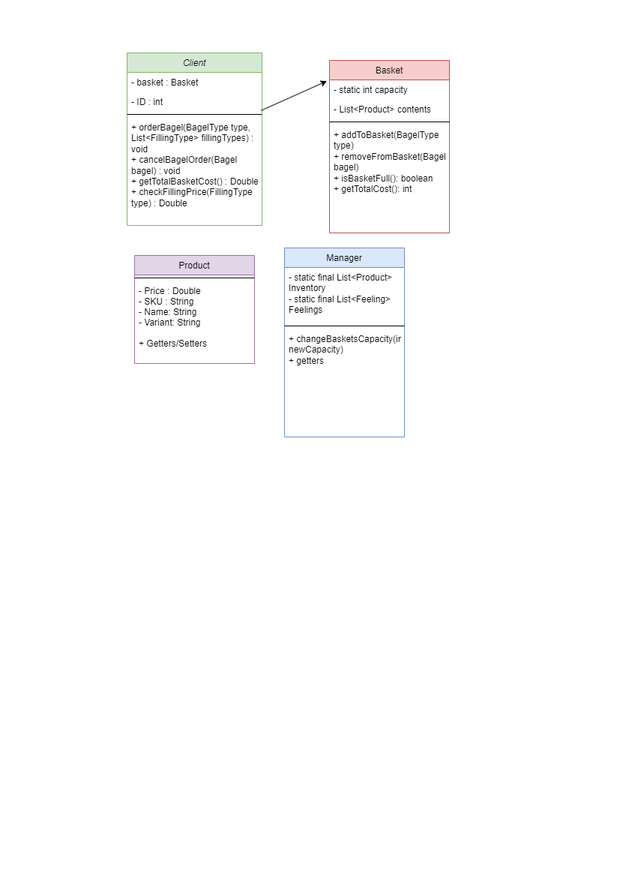
The draw.io diagram class-diagram.png in boolean-uk/java-tdd-oop-bobs-bagels, before a commit. Source tidied: cells renumbered, new cells last; positions are measured from the earlier drawing's top-left corner, leaving out a move shared by most shapes.
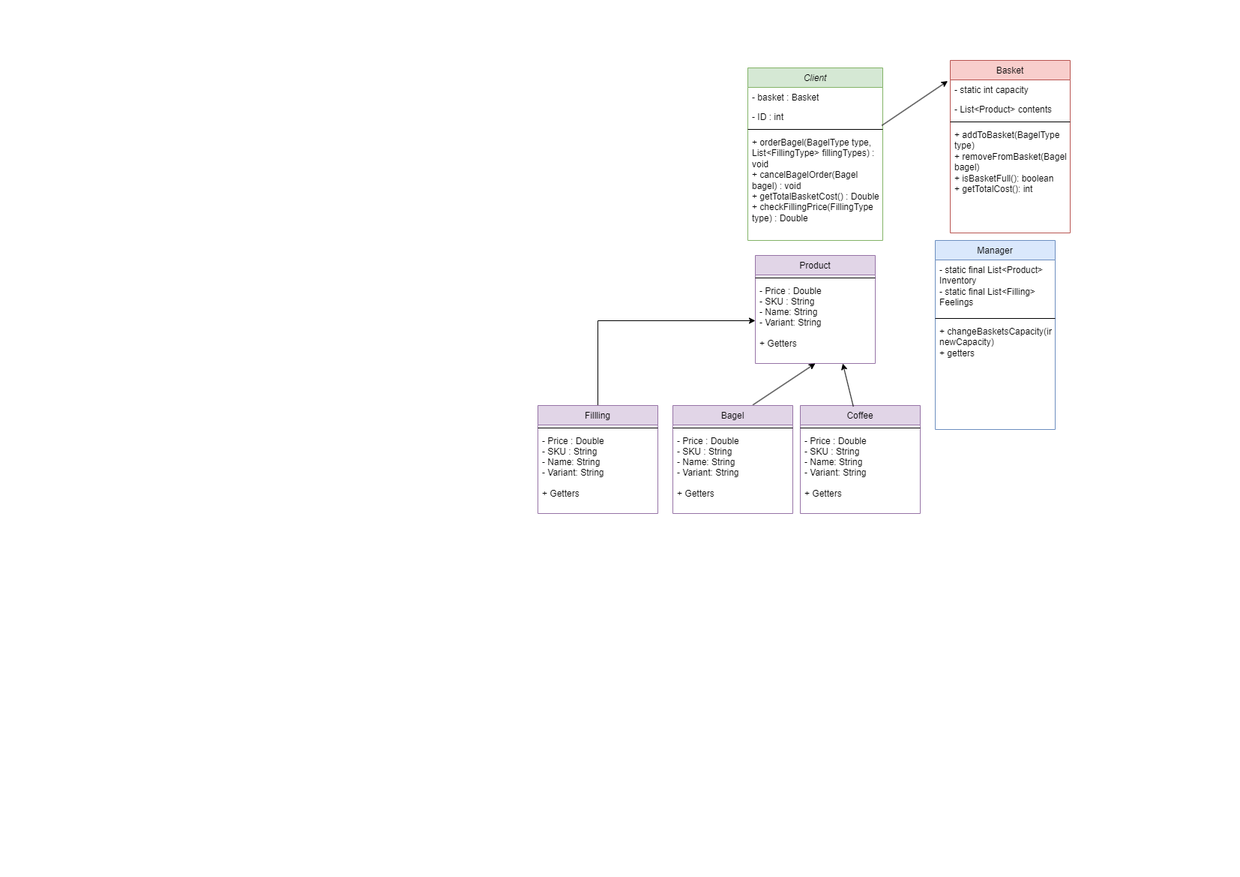
Later version of the same file.

Commit message:
updated class diagram

Change to the diagram source:
```diff
@@ -3,7 +3,7 @@
     <mxCell id="0" />
     <mxCell id="1" parent="0" />
     <mxCell id="2" value="Client" style="swimlane;fontStyle=2;align=center;verticalAlign=top;horizontal=1;startSize=26;rounded=0;shadow=0;strokeWidth=1;fillColor=#d5e8d4;strokeColor=#82b366;" parent="1" vertex="1">
-      <mxGeometry width="180" height="230" as="geometry" />
+      <mxGeometry y="20" width="180" height="230" as="geometry" />
     </mxCell>
     <mxCell id="3" value="- basket : Basket" style="text;align=left;verticalAlign=top;spacingLeft=4;spacingRight=4;overflow=hidden;" parent="2" vertex="1">
       <mxGeometry y="26" width="180" height="26" as="geometry" />
@@ -38,16 +38,16 @@
     <mxCell id="13" style="line;html=1;strokeWidth=1;align=left;verticalAlign=middle;spacingTop=-1;spacingLeft=3;spacingRight=3;labelPosition=right;" parent="12" vertex="1">
       <mxGeometry y="26" width="160" height="8" as="geometry" />
     </mxCell>
-    <mxCell id="14" value="- Price : Double&#10;- SKU : String&#10;- Name: String&#10;- Variant: String&#10;&#10;+ Getters/Setters" style="text;align=left;verticalAlign=top;spacingLeft=4;spacingRight=4;overflow=hidden;points=[[0,0.5],[1,0.5]];portConstraint=eastwest;" parent="12" vertex="1">
+    <mxCell id="14" value="- Price : Double&#10;- SKU : String&#10;- Name: String&#10;- Variant: String&#10;&#10;+ Getters" style="text;align=left;verticalAlign=top;spacingLeft=4;spacingRight=4;overflow=hidden;points=[[0,0.5],[1,0.5]];portConstraint=eastwest;" parent="12" vertex="1">
       <mxGeometry y="34" width="160" height="106" as="geometry" />
     </mxCell>
     <mxCell id="15" style="endArrow=classic;html=1;rounded=0;exitX=0.993;exitY=0.955;exitDx=0;exitDy=0;exitPerimeter=0;entryX=-0.021;entryY=0.058;entryDx=0;entryDy=0;entryPerimeter=0;" parent="1" edge="1" source="4" target="8">
       <mxGeometry relative="1" as="geometry" />
     </mxCell>
     <mxCell id="16" value="Manager" style="swimlane;fontStyle=0;align=center;verticalAlign=top;horizontal=1;startSize=26;rounded=0;shadow=0;strokeWidth=1;fillColor=#dae8fc;strokeColor=#6c8ebf;" parent="1" vertex="1">
-      <mxGeometry x="210" y="260" width="160" height="252" as="geometry" />
+      <mxGeometry x="250" y="250" width="160" height="252" as="geometry" />
     </mxCell>
-    <mxCell id="17" value="- static final List&lt;Product&gt; Inventory&#10;- static final List&lt;Feeling&gt;&#10;Feelings" style="text;align=left;verticalAlign=top;spacingLeft=4;spacingRight=4;overflow=hidden;whiteSpace=wrap;" parent="16" vertex="1">
+    <mxCell id="17" value="- static final List&lt;Product&gt; Inventory&#10;- static final List&lt;Filling&gt;&#10;Feelings" style="text;align=left;verticalAlign=top;spacingLeft=4;spacingRight=4;overflow=hidden;whiteSpace=wrap;" parent="16" vertex="1">
       <mxGeometry y="26" width="160" height="74" as="geometry" />
     </mxCell>
     <mxCell id="18" style="line;html=1;strokeWidth=1;align=left;verticalAlign=middle;spacingTop=-1;spacingLeft=3;spacingRight=3;labelPosition=right;" parent="16" vertex="1">
@@ -56,5 +56,41 @@
     <mxCell id="19" value="+ changeBasketsCapacity(int newCapacity)&#10;+ getters" style="text;align=left;verticalAlign=top;spacingLeft=4;spacingRight=4;overflow=hidden;whiteSpace=wrap;" parent="16" vertex="1">
       <mxGeometry y="108" width="160" height="144" as="geometry" />
     </mxCell>
+    <mxCell id="20" style="endArrow=classic;html=1;rounded=0;exitX=0.667;exitY=-0.005;exitDx=0;exitDy=0;entryX=0.5;entryY=1;entryDx=0;entryDy=0;exitPerimeter=0;" parent="1" edge="1" source="25" target="12">
+      <mxGeometry relative="1" as="geometry" />
+    </mxCell>
+    <mxCell id="21" style="edgeStyle=orthogonalEdgeStyle;rounded=0;jettySize=auto;html=1;entryX=0;entryY=0.5;entryDx=0;entryDy=0;" parent="1" edge="1" source="22" target="14">
+      <mxGeometry relative="1" as="geometry" />
+    </mxCell>
+    <mxCell id="22" value="Fillling" style="swimlane;fontStyle=0;align=center;verticalAlign=top;horizontal=1;startSize=26;rounded=0;shadow=0;strokeWidth=1;fillColor=#e1d5e7;strokeColor=#9673a6;" parent="1" vertex="1">
+      <mxGeometry x="-280" y="470" width="160" height="144" as="geometry" />
+    </mxCell>
+    <mxCell id="23" style="line;html=1;strokeWidth=1;align=left;verticalAlign=middle;spacingTop=-1;spacingLeft=3;spacingRight=3;labelPosition=right;" parent="22" vertex="1">
+      <mxGeometry y="26" width="160" height="8" as="geometry" />
+    </mxCell>
+    <mxCell id="24" value="- Price : Double&#10;- SKU : String&#10;- Name: String&#10;- Variant: String&#10;&#10;+ Getters" style="text;align=left;verticalAlign=top;spacingLeft=4;spacingRight=4;overflow=hidden;" parent="22" vertex="1">
+      <mxGeometry y="34" width="160" height="106" as="geometry" />
+    </mxCell>
+    <mxCell id="25" value="Bagel" style="swimlane;fontStyle=0;align=center;verticalAlign=top;horizontal=1;startSize=26;rounded=0;shadow=0;strokeWidth=1;fillColor=#e1d5e7;strokeColor=#9673a6;" parent="1" vertex="1">
+      <mxGeometry x="-100" y="470" width="160" height="144" as="geometry" />
+    </mxCell>
+    <mxCell id="26" style="line;html=1;strokeWidth=1;align=left;verticalAlign=middle;spacingTop=-1;spacingLeft=3;spacingRight=3;labelPosition=right;" parent="25" vertex="1">
+      <mxGeometry y="26" width="160" height="8" as="geometry" />
+    </mxCell>
+    <mxCell id="27" value="- Price : Double&#10;- SKU : String&#10;- Name: String&#10;- Variant: String&#10;&#10;+ Getters" style="text;align=left;verticalAlign=top;spacingLeft=4;spacingRight=4;overflow=hidden;" parent="25" vertex="1">
+      <mxGeometry y="34" width="160" height="106" as="geometry" />
+    </mxCell>
+    <mxCell id="28" value="Coffee" style="swimlane;fontStyle=0;align=center;verticalAlign=top;horizontal=1;startSize=26;rounded=0;shadow=0;strokeWidth=1;fillColor=#e1d5e7;strokeColor=#9673a6;" parent="1" vertex="1">
+      <mxGeometry x="70" y="470" width="160" height="144" as="geometry" />
+    </mxCell>
+    <mxCell id="29" style="line;html=1;strokeWidth=1;align=left;verticalAlign=middle;spacingTop=-1;spacingLeft=3;spacingRight=3;labelPosition=right;" parent="28" vertex="1">
+      <mxGeometry y="26" width="160" height="8" as="geometry" />
+    </mxCell>
+    <mxCell id="30" value="- Price : Double&#10;- SKU : String&#10;- Name: String&#10;- Variant: String&#10;&#10;+ Getters" style="text;align=left;verticalAlign=top;spacingLeft=4;spacingRight=4;overflow=hidden;" parent="28" vertex="1">
+      <mxGeometry y="34" width="160" height="106" as="geometry" />
+    </mxCell>
+    <mxCell id="31" style="endArrow=classic;html=1;rounded=0;entryX=0.729;entryY=1.038;entryDx=0;entryDy=0;entryPerimeter=0;exitX=0.442;exitY=0.009;exitDx=0;exitDy=0;exitPerimeter=0;" parent="1" edge="1" source="28" target="14">
+      <mxGeometry relative="1" as="geometry" />
+    </mxCell>
   </root>
 </mxGraphModel>
```
